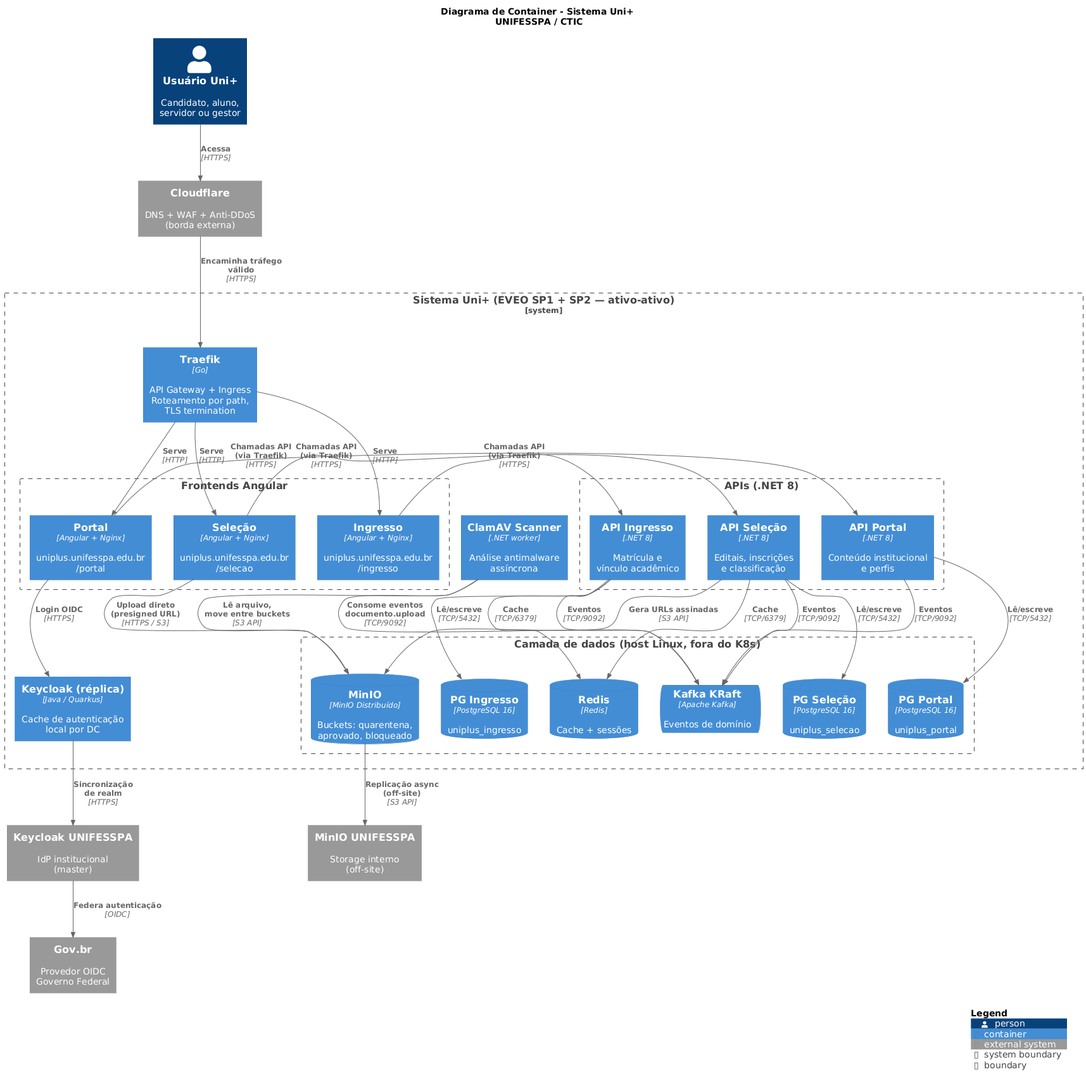
Earlier version of the PlantUML export docs/images/02-uniplus-container.png (unifesspa-edu-br/uniplus-infra).
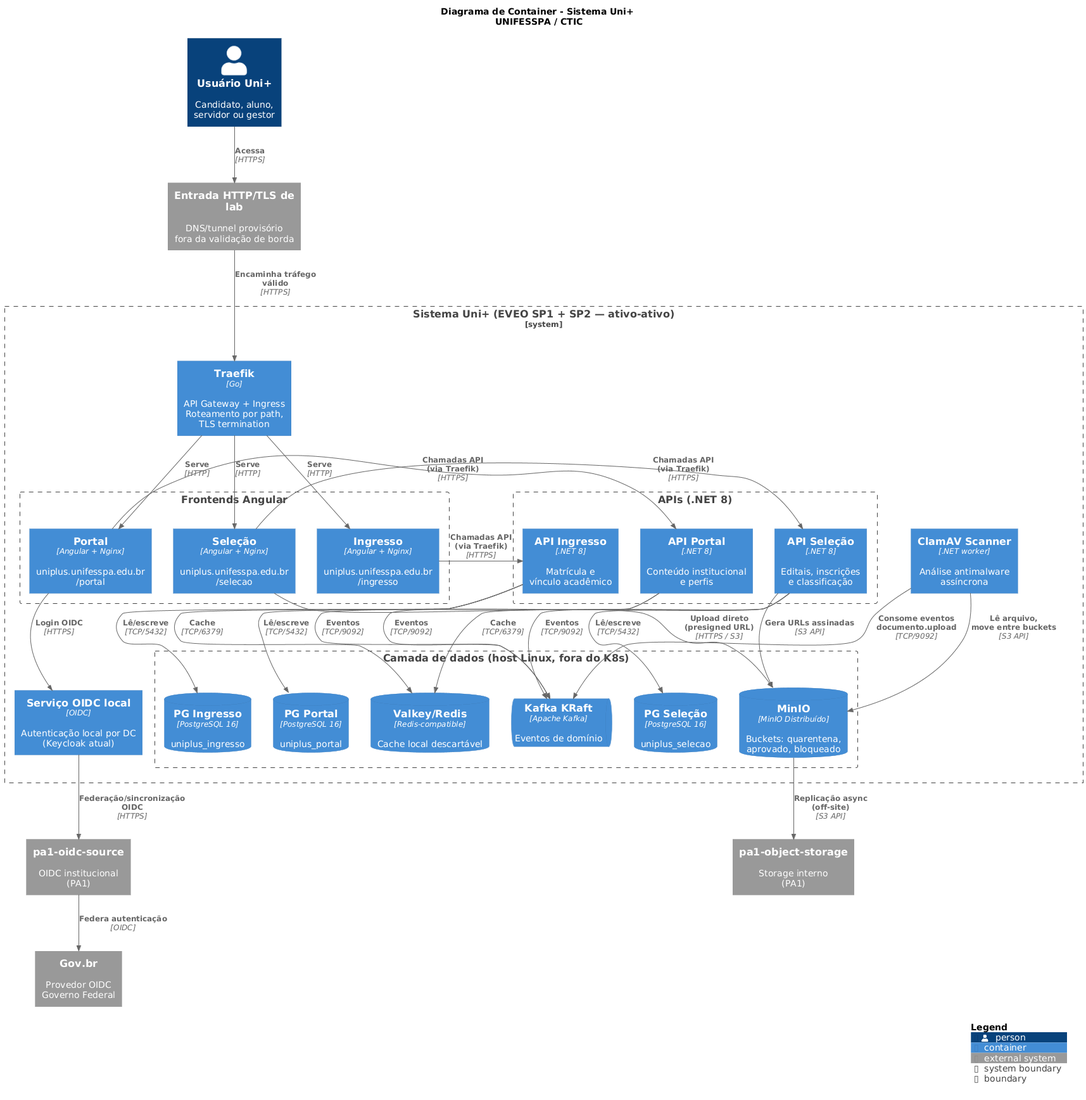
Above is the later version.

The edit, as a diff of the source:
```diff
@@ -1,12 +1,12 @@
 @startuml C4_Container_UniPlus
-!include /home/claude/tools/c4puml/C4_Container.puml
+!include https://raw.githubusercontent.com/plantuml-stdlib/C4-PlantUML/master/C4_Container.puml
 
 LAYOUT_WITH_LEGEND()
 title Diagrama de Container - Sistema Uni+ \nUNIFESSPA / CTIC
 
 Person(usuario, "Usuário Uni+", "Candidato, aluno,\nservidor ou gestor")
 
-System_Ext(cloudflare, "Cloudflare", "DNS + WAF + Anti-DDoS\n(borda externa)")
+System_Ext(edge_lab, "Entrada HTTP/TLS de lab", "DNS/tunnel provisório\nfora da validação de borda")
 
 System_Boundary(uniplus, "Sistema Uni+ (EVEO SP1 + SP2 — ativo-ativo)") {
 
@@ -25,7 +25,7 @@
     }
 
     Container(clamav, "ClamAV Scanner", ".NET worker", "Análise antimalware\nassíncrona")
-    Container(keycloak_eveo, "Keycloak (réplica)", "Java / Quarkus", "Cache de autenticação\nlocal por DC")
+    Container(oidc_local, "Serviço OIDC local", "OIDC", "Autenticação local por DC\n(Keycloak atual)")
 
     Boundary(data_group, "Camada de dados (host Linux, fora do K8s)") {
         ContainerDb(pg_portal, "PG Portal", "PostgreSQL 16", "uniplus_portal")
@@ -33,16 +33,16 @@
         ContainerDb(pg_ingresso, "PG Ingresso", "PostgreSQL 16", "uniplus_ingresso")
         ContainerQueue(kafka, "Kafka KRaft", "Apache Kafka", "Eventos de domínio")
         ContainerDb(minio, "MinIO", "MinIO Distribuído", "Buckets: quarentena,\naprovado, bloqueado")
-        ContainerDb(redis, "Redis", "Redis", "Cache + sessões")
+        ContainerDb(redis, "Valkey/Redis", "Redis-compatible", "Cache local descartável")
     }
 }
 
 System_Ext(govbr, "Gov.br", "Provedor OIDC\nGoverno Federal")
-System_Ext(keycloak_uf, "Keycloak UNIFESSPA", "IdP institucional\n(master)")
-System_Ext(minio_uf, "MinIO UNIFESSPA", "Storage interno\n(off-site)")
+System_Ext(oidc_pa1, "pa1-oidc-source", "OIDC institucional\n(PA1)")
+System_Ext(object_pa1, "pa1-object-storage", "Storage interno\n(PA1)")
 
-Rel(usuario, cloudflare, "Acessa", "HTTPS")
-Rel(cloudflare, traefik, "Encaminha tráfego válido", "HTTPS")
+Rel(usuario, edge_lab, "Acessa", "HTTPS")
+Rel(edge_lab, traefik, "Encaminha tráfego válido", "HTTPS")
 
 Rel(traefik, fe_portal, "Serve", "HTTP")
 Rel(traefik, fe_selecao, "Serve", "HTTP")
@@ -69,11 +69,11 @@
 Rel(clamav, kafka, "Consome eventos\ndocumento.upload", "TCP/9092")
 Rel(clamav, minio, "Lê arquivo,\nmove entre buckets", "S3 API")
 
-Rel(fe_portal, keycloak_eveo, "Login OIDC", "HTTPS")
-Rel(keycloak_eveo, keycloak_uf, "Sincronização\nde realm", "HTTPS")
-Rel(keycloak_uf, govbr, "Federa autenticação", "OIDC")
+Rel(fe_portal, oidc_local, "Login OIDC", "HTTPS")
+Rel(oidc_local, oidc_pa1, "Federação/sincronização\nOIDC", "HTTPS")
+Rel(oidc_pa1, govbr, "Federa autenticação", "OIDC")
 
-Rel_D(minio, minio_uf, "Replicação async\n(off-site)", "S3 API")
+Rel_D(minio, object_pa1, "Replicação async\n(off-site)", "S3 API")
 
 SHOW_LEGEND()
 
```
